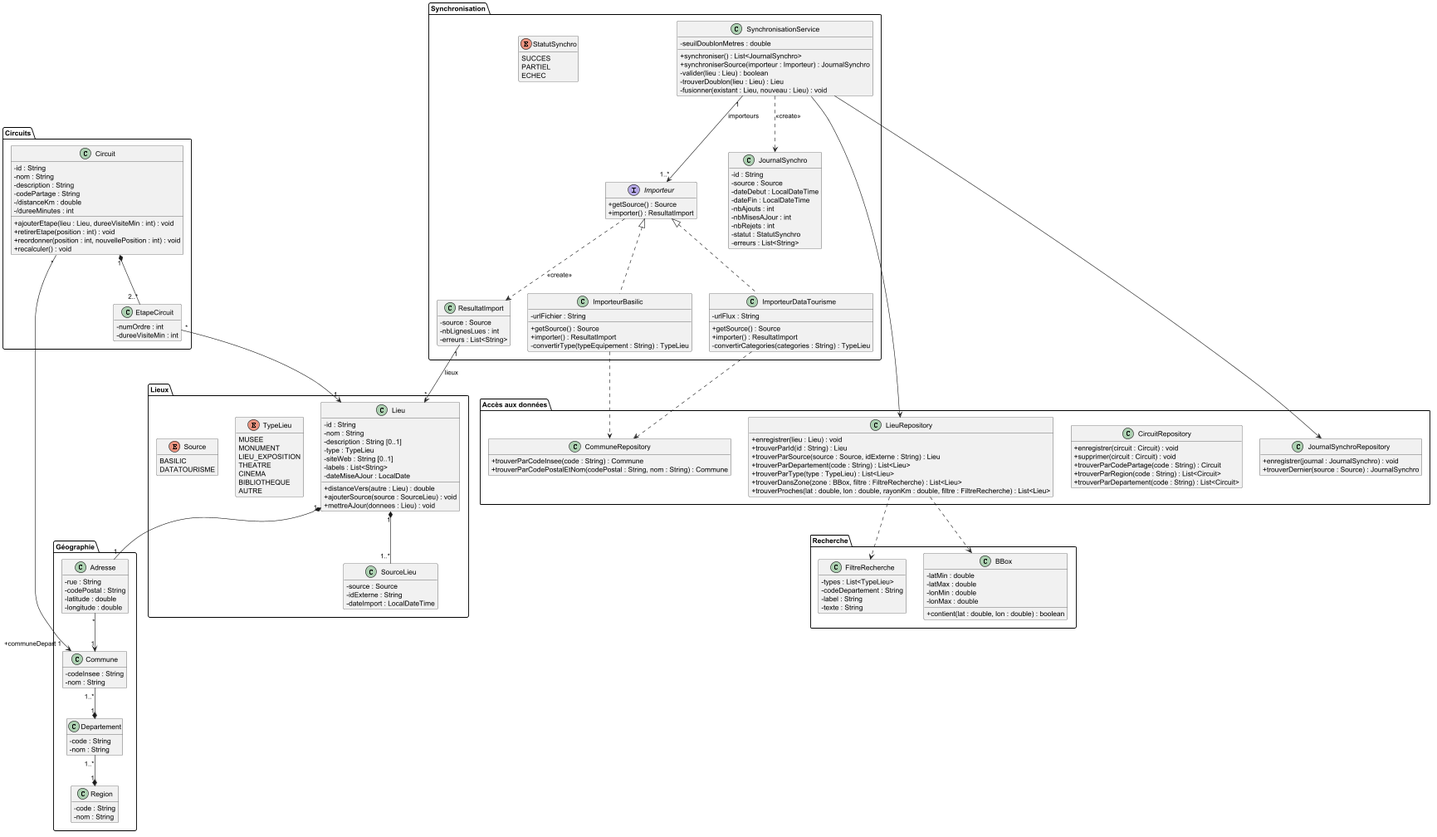
Earlier version of the PlantUML export docs/diagramme_classes.png (ThomasDlpt/Artlas).
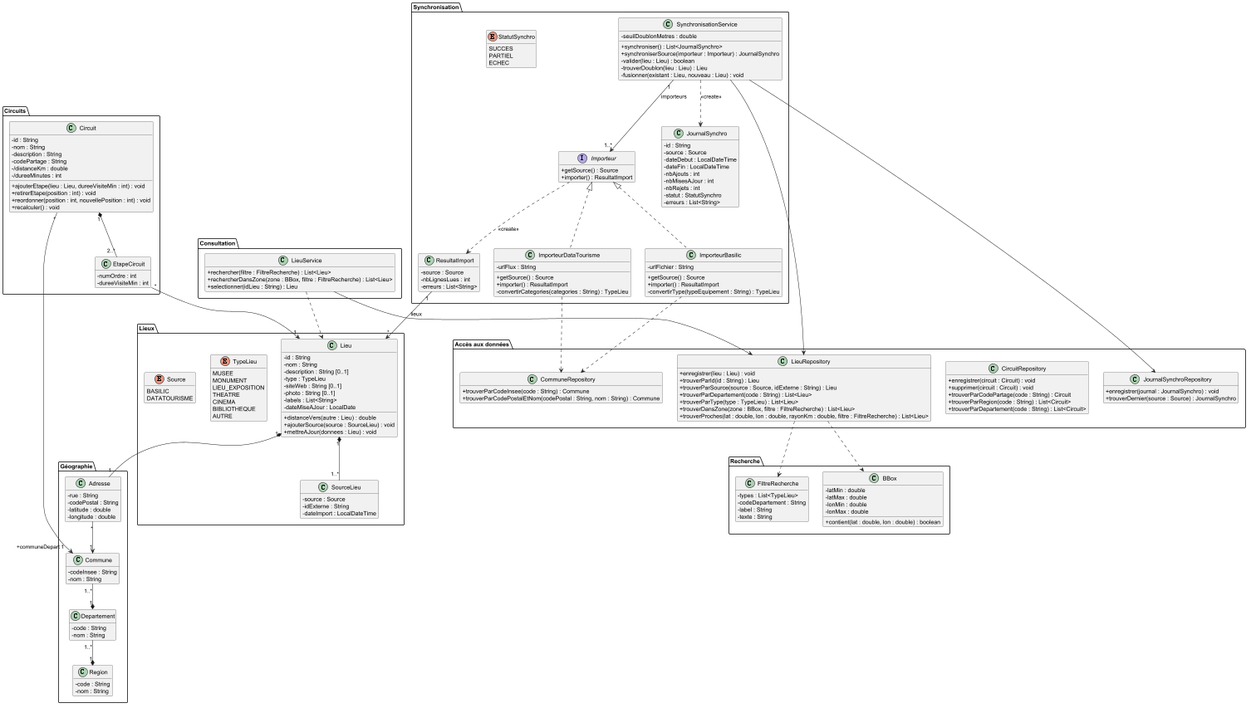
After the change.

Commit message:
Update diag_classe

Diff of the diagram source:
```diff
@@ -30,6 +30,7 @@
     - description : String [0..1]
     - type : TypeLieu
     - siteWeb : String [0..1]
+    - photo : String [0..1]
     - labels : List<String>
     - dateMiseAJour : LocalDate
     + distanceVers(autre : Lieu) : double
@@ -88,6 +89,14 @@
     - codeDepartement : String
     - label : String
     - texte : String
+  }
+}
+
+package "Consultation" {
+  class LieuService {
+    + rechercher(filtre : FiltreRecherche) : List<Lieu>
+    + rechercherDansZone(zone : BBox, filtre : FiltreRecherche) : List<Lieu>
+    + selectionner(idLieu : String) : Lieu
   }
 }
 
@@ -189,4 +198,7 @@
 
 LieuRepository ..> BBox
 LieuRepository ..> FiltreRecherche
+
+LieuService --> LieuRepository
+LieuService ..> Lieu
 @enduml
```
